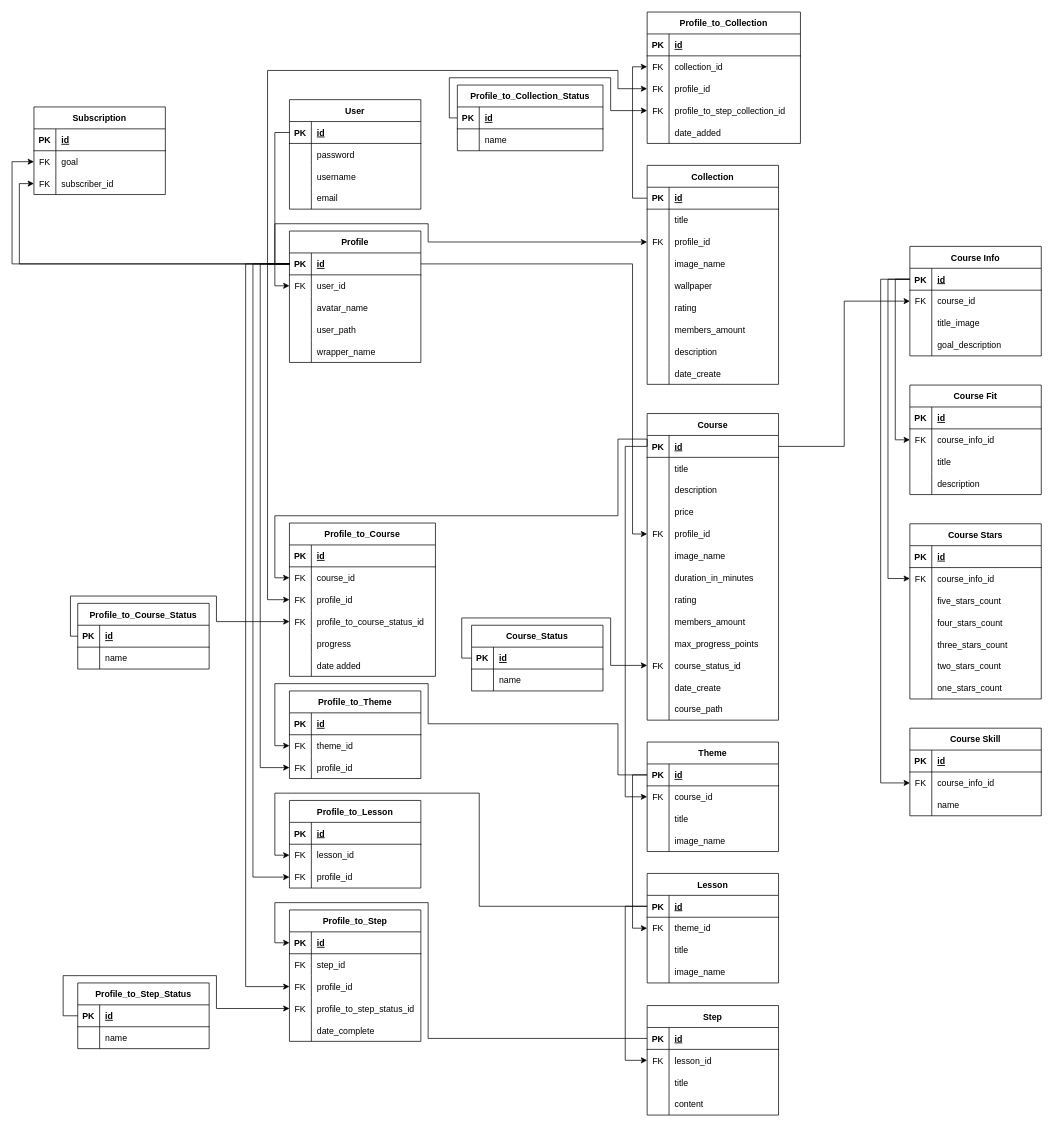
This is fuji_db.drawio from F-U-J-I/RESTAPI, a draw.io file, before an edit. Source tidied: cells renumbered, new cells numbered last; positions are measured from the earlier drawing's top-left corner, leaving out a move shared by most shapes. Both pictures are drawn from the tidied source at 73%, with x=0, y=0 at pixel (12, 12).
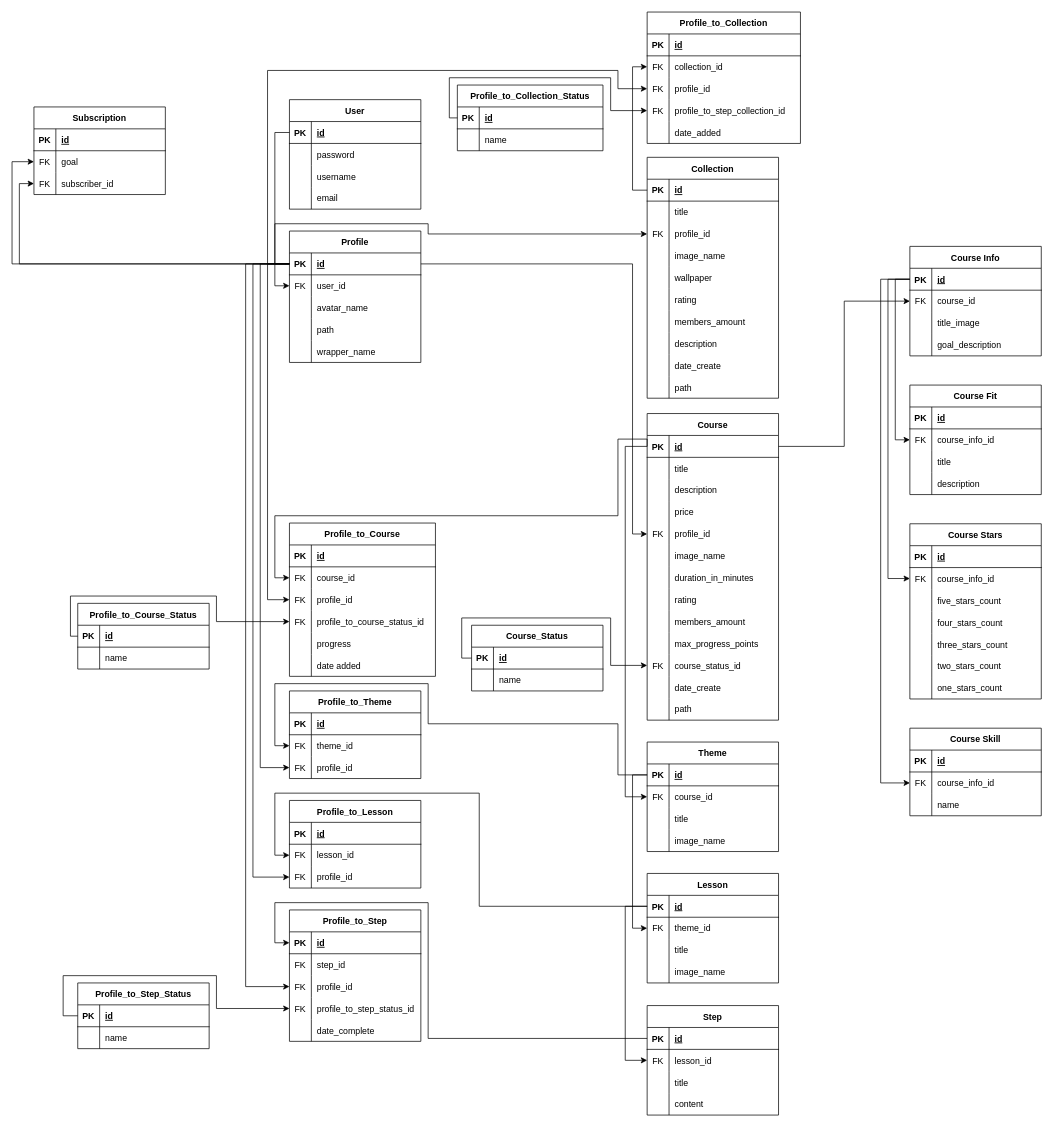
After the change.

Unchanged cells that the change refers to:
```xml
<mxCell id="3" style="shape=partialRectangle;fillColor=none;top=0;left=0;bottom=1;right=0;points=[[0,0.5],[1,0.5]];portConstraint=eastwest;" parent="2" vertex="1">
  <mxGeometry y="30" width="180" height="30" as="geometry" />
</mxCell>
<mxCell id="12" style="shape=partialRectangle;fillColor=none;top=0;left=0;bottom=0;right=0;" parent="2" vertex="1">
  <mxGeometry y="120" width="180" height="30" as="geometry" />
</mxCell>
<mxCell id="69" style="shape=partialRectangle;fillColor=none;top=0;left=0;bottom=0;right=0;" parent="32" vertex="1">
  <mxGeometry y="390" width="180" height="30" as="geometry" />
</mxCell>
<mxCell id="189" style="shape=partialRectangle;fillColor=none;top=0;left=0;bottom=0;right=0;points=[[0,0.5],[1,0.5]];portConstraint=eastwest;" parent="182" vertex="1">
  <mxGeometry y="90" width="180" height="30" as="geometry" />
</mxCell>
```

The edit, as a diff of the source:
```diff
@@
-    <mxCell id="14" value="user_path" style="shape=partialRectangle;fillColor=none;top=0;left=0;bottom=0;right=0;align=left;spacingLeft=6;overflow=hidden;" parent="12" vertex="1">
+    <mxCell id="14" value="path" style="shape=partialRectangle;fillColor=none;top=0;left=0;bottom=0;right=0;align=left;spacingLeft=6;overflow=hidden;" parent="12" vertex="1">
       <mxGeometry x="30" width="150" height="30" as="geometry" />
     </mxCell>
@@
-    <mxCell id="71" value="course_path" style="shape=partialRectangle;fillColor=none;top=0;left=0;bottom=0;right=0;align=left;spacingLeft=6;overflow=hidden;" parent="69" vertex="1">
+    <mxCell id="71" value="path" style="shape=partialRectangle;fillColor=none;top=0;left=0;bottom=0;right=0;align=left;spacingLeft=6;overflow=hidden;" parent="69" vertex="1">
       <mxGeometry x="30" width="150" height="30" as="geometry" />
     </mxCell>
@@
     <mxCell id="182" value="Collection" style="shape=table;startSize=30;childLayout=tableLayout;rowLines=0;fontStyle=1;align=center;" parent="1" vertex="1">
-      <mxGeometry x="870" y="210" width="180" height="300" as="geometry" />
+      <mxGeometry x="870" y="199" width="180" height="330" as="geometry" />
     </mxCell>
@@
+    <mxCell id="331" style="shape=partialRectangle;fillColor=none;top=0;left=0;bottom=0;right=0;" parent="182" vertex="1">
+      <mxGeometry y="300" width="180" height="30" as="geometry" />
+    </mxCell>
+    <mxCell id="332" style="shape=partialRectangle;fillColor=none;top=0;left=0;bottom=0;right=0;overflow=hidden;" parent="331" vertex="1">
+      <mxGeometry width="30" height="30" as="geometry" />
+    </mxCell>
+    <mxCell id="333" value="path" style="shape=partialRectangle;fillColor=none;top=0;left=0;bottom=0;right=0;align=left;spacingLeft=6;overflow=hidden;" parent="331" vertex="1">
+      <mxGeometry x="30" width="150" height="30" as="geometry" />
+    </mxCell>
@@
     <mxCell id="285" style="edgeStyle=orthogonalEdgeStyle;rounded=0;jettySize=auto;html=1;exitX=0;exitY=0.5;exitDx=0;exitDy=0;entryX=0;entryY=0.5;entryDx=0;entryDy=0;" parent="1" edge="1" source="3" target="189">
       <mxGeometry relative="1" as="geometry">
         <Array as="points">
           <mxPoint x="360" y="345" />
           <mxPoint x="360" y="290" />
           <mxPoint x="570" y="290" />
-          <mxPoint x="570" y="315" />
+          <mxPoint x="570" y="304" />
         </Array>
       </mxGeometry>
     </mxCell>
```
